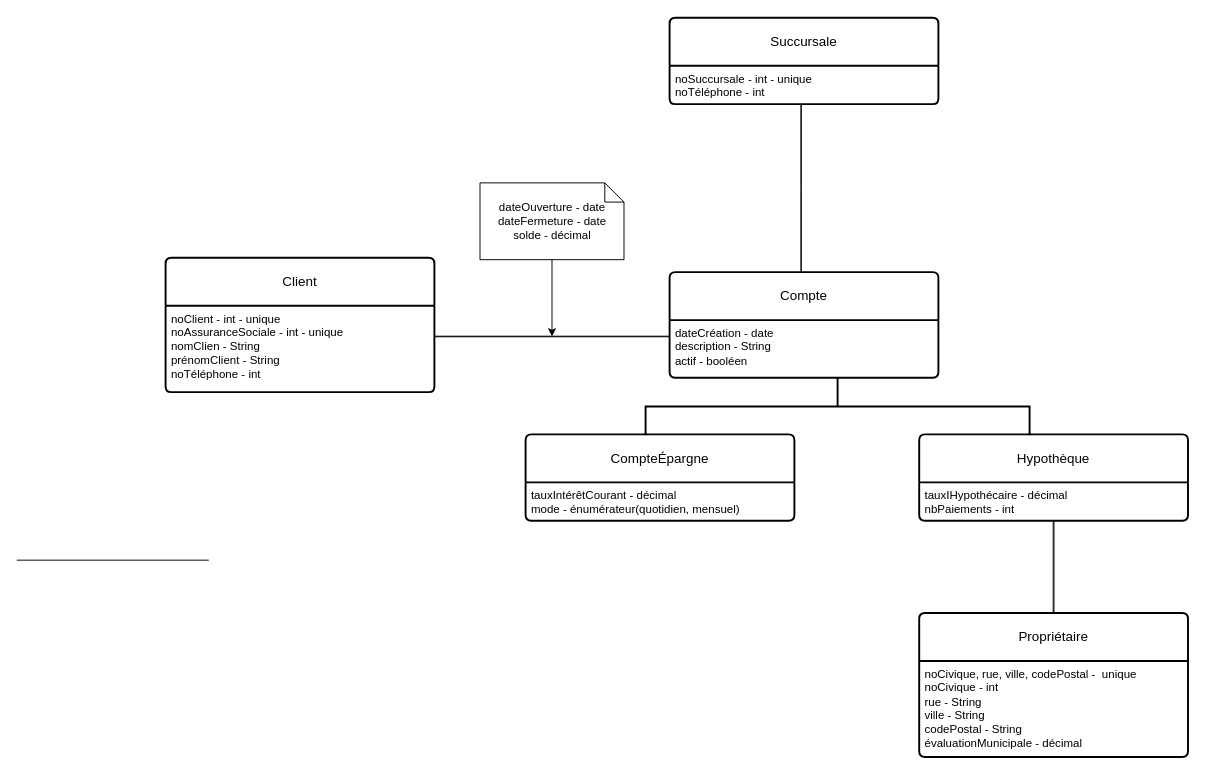
Earlier version of the draw.io diagram Untitled Diagram.drawio (TahiriNadia/TCH055). Source tidied: cells renumbered, new cells numbered last; positions are measured from the earlier drawing's top-left corner, leaving out a move shared by most shapes. Both pictures are drawn from the tidied source at 96%, with x=0, y=0 at pixel (16, 17).
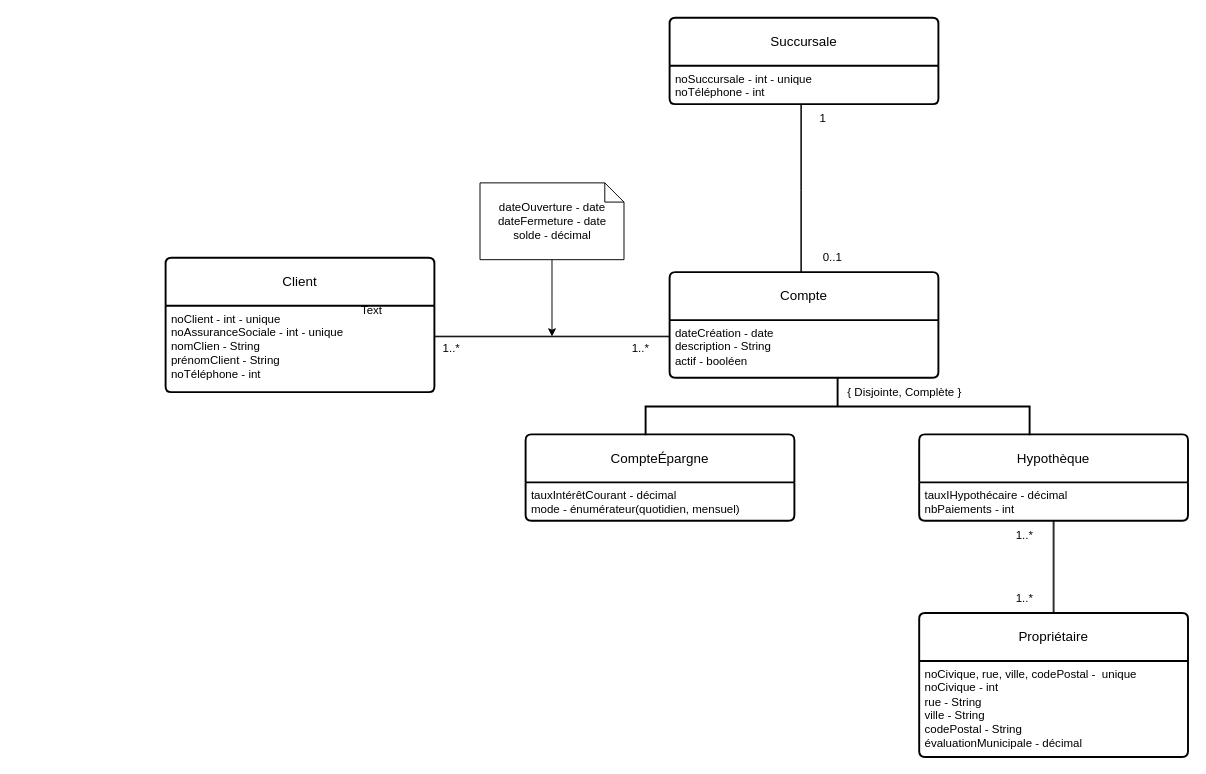
Above is the later version.

Diff of the diagram source:
```diff
@@
-    <mxCell id="20" style="line;strokeWidth=1;dashed=0;labelPosition=right;align=left;verticalAlign=middle;spacingTop=0;spacingLeft=6;" parent="1" vertex="1">
-      <mxGeometry y="560" width="200" height="10" as="geometry" />
-    </mxCell>
+    <mxCell id="21" value="Text" style="text;html=1;strokeColor=none;fillColor=none;align=center;verticalAlign=middle;whiteSpace=wrap;rounded=0;" parent="1" vertex="1">
+      <mxGeometry x="340" y="290" width="60" height="30" as="geometry" />
+    </mxCell>
+    <mxCell id="22" value="1..*" style="text;html=1;strokeColor=none;fillColor=none;align=center;verticalAlign=middle;whiteSpace=wrap;rounded=0;" parent="1" vertex="1">
+      <mxGeometry x="422.5" y="330" width="60" height="30" as="geometry" />
+    </mxCell>
+    <mxCell id="23" value="1..*" style="text;html=1;strokeColor=none;fillColor=none;align=center;verticalAlign=middle;whiteSpace=wrap;rounded=0;" parent="1" vertex="1">
+      <mxGeometry x="620" y="330" width="60" height="30" as="geometry" />
+    </mxCell>
+    <mxCell id="24" value="1" style="text;html=1;strokeColor=none;fillColor=none;align=center;verticalAlign=middle;whiteSpace=wrap;rounded=0;" parent="1" vertex="1">
+      <mxGeometry x="810" y="90" width="60" height="30" as="geometry" />
+    </mxCell>
+    <mxCell id="25" value="0..1" style="text;html=1;strokeColor=none;fillColor=none;align=center;verticalAlign=middle;whiteSpace=wrap;rounded=0;" parent="1" vertex="1">
+      <mxGeometry x="820" y="235" width="60" height="30" as="geometry" />
+    </mxCell>
+    <mxCell id="26" value="1..*" style="text;html=1;strokeColor=none;fillColor=none;align=center;verticalAlign=middle;whiteSpace=wrap;rounded=0;" parent="1" vertex="1">
+      <mxGeometry x="1020" y="524" width="60" height="30" as="geometry" />
+    </mxCell>
+    <mxCell id="27" value="1..*" style="text;html=1;strokeColor=none;fillColor=none;align=center;verticalAlign=middle;whiteSpace=wrap;rounded=0;" parent="1" vertex="1">
+      <mxGeometry x="1020" y="590" width="60" height="30" as="geometry" />
+    </mxCell>
+    <mxCell id="28" value="{ Disjointe, Complète }" style="text;html=1;strokeColor=none;fillColor=none;align=center;verticalAlign=middle;whiteSpace=wrap;rounded=0;" parent="1" vertex="1">
+      <mxGeometry x="860" y="375" width="130" height="30" as="geometry" />
+    </mxCell>
```
